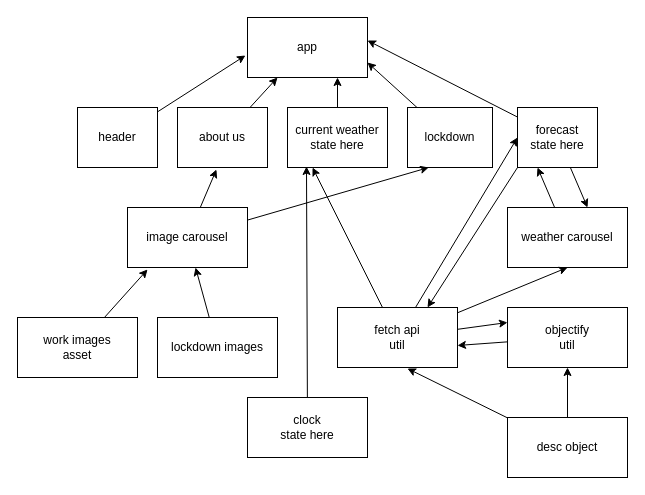
Before: hierarchy.drawio in Chris-Mark-Wilson/cw-webpage, a draw.io diagram. Source tidied: cells renumbered, new cells numbered last; positions are measured from the earlier drawing's top-left corner, leaving out a move shared by most shapes. Both pictures are drawn from the tidied source at 100%, with x=0, y=0 at pixel (17, 17).
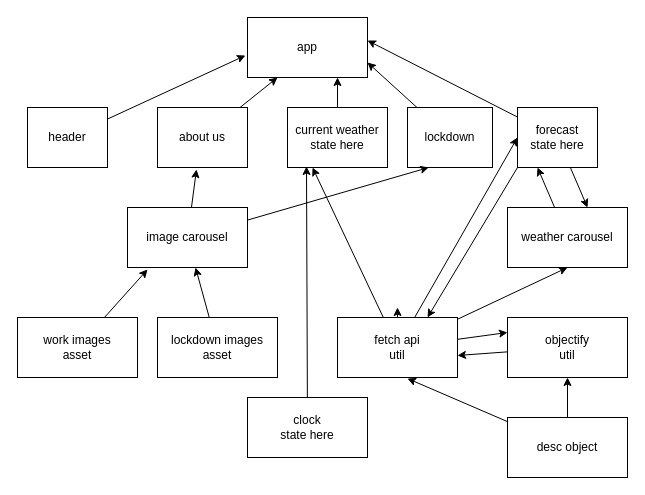
The same diagram, later.

Commit message (it also covers changes not shown here):
under construction added for clarity

Diff of the diagram source:
```diff
@@
     <mxCell id="4" value="header" style="whiteSpace=wrap;html=1;fontFamily=Helvetica;" parent="1" vertex="1">
-      <mxGeometry x="60" y="90" width="80" height="60" as="geometry" />
+      <mxGeometry x="10" y="90" width="80" height="60" as="geometry" />
     </mxCell>
@@
     <mxCell id="6" value="about us" style="whiteSpace=wrap;html=1;fontFamily=Helvetica;" parent="1" vertex="1">
-      <mxGeometry x="160" y="90" width="90" height="60" as="geometry" />
+      <mxGeometry x="140" y="90" width="90" height="60" as="geometry" />
     </mxCell>
@@
     <mxCell id="25" value="fetch api&lt;br&gt;util" style="whiteSpace=wrap;html=1;fontFamily=Helvetica;" parent="1" vertex="1">
-      <mxGeometry x="320" y="290" width="120" height="60" as="geometry" />
+      <mxGeometry x="320" y="300" width="120" height="60" as="geometry" />
     </mxCell>
@@
     <mxCell id="27" value="objectify&lt;br&gt;util" style="whiteSpace=wrap;html=1;fontFamily=Helvetica;" parent="1" vertex="1">
-      <mxGeometry x="490" y="290" width="120" height="60" as="geometry" />
+      <mxGeometry x="490" y="300" width="120" height="60" as="geometry" />
     </mxCell>
@@
-    <mxCell id="34" value="lockdown images" style="whiteSpace=wrap;html=1;fontFamily=Helvetica;" parent="1" vertex="1">
+    <mxCell id="34" value="lockdown images&lt;br&gt;asset" style="whiteSpace=wrap;html=1;fontFamily=Helvetica;" parent="1" vertex="1">
       <mxGeometry x="140" y="300" width="120" height="60" as="geometry" />
     </mxCell>
```
